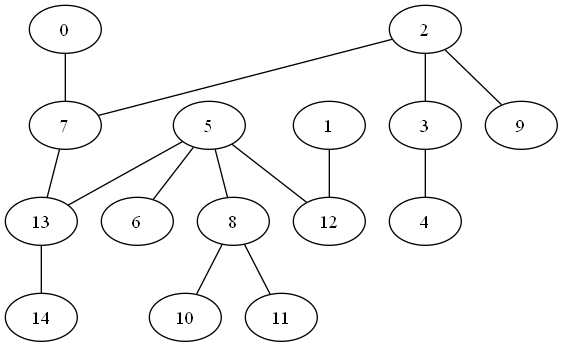
zalt00/ant_colony keeps this Graphviz diagram as tree.png. Above is the earlier version. Its source is kept beside it as tree.dot.
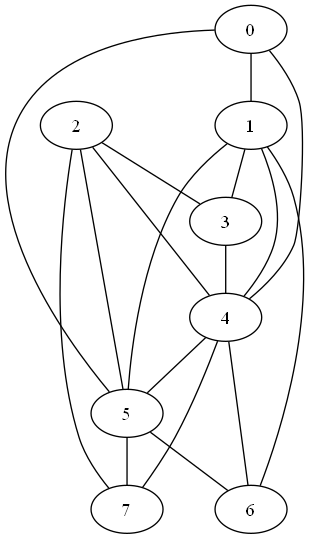
Above is the later version.

Change to the diagram source:
```diff
@@ -7,25 +7,21 @@
     5 [ label = "5" ]
     6 [ label = "6" ]
     7 [ label = "7" ]
-    8 [ label = "8" ]
-    9 [ label = "9" ]
-    10 [ label = "10" ]
-    11 [ label = "11" ]
-    12 [ label = "12" ]
-    13 [ label = "13" ]
-    14 [ label = "14" ]
-    0 -- 7 [ ]
-    1 -- 12 [ ]
+    0 -- 5 [ ]
+    0 -- 1 [ ]
+    0 -- 4 [ ]
+    1 -- 6 [ ]
+    1 -- 3 [ ]
+    1 -- 4 [ ]
+    1 -- 5 [ ]
+    2 -- 5 [ ]
+    2 -- 4 [ ]
     2 -- 3 [ ]
-    2 -- 9 [ ]
     2 -- 7 [ ]
     3 -- 4 [ ]
+    4 -- 5 [ ]
+    4 -- 6 [ ]
+    4 -- 7 [ ]
+    5 -- 7 [ ]
     5 -- 6 [ ]
-    5 -- 8 [ ]
-    5 -- 12 [ ]
-    5 -- 13 [ ]
-    7 -- 13 [ ]
-    8 -- 11 [ ]
-    8 -- 10 [ ]
-    13 -- 14 [ ]
 }
```
